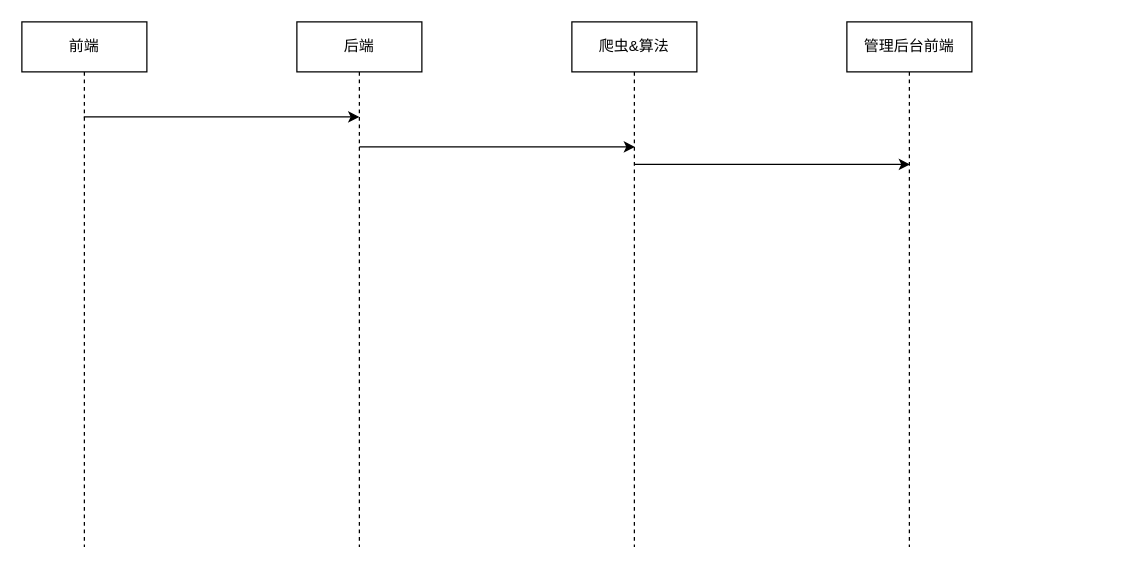
Earlier version of the draw.io diagram page "商户信息管理" (1 of 6) of docs/cloud-service.drawio (caijiatao/go-lib). Source tidied: cells renumbered, new cells numbered last; positions are measured from the earlier drawing's top-left corner, leaving out a move shared by most shapes. Both pictures are drawn from the tidied source at 125%, with x=0, y=0 at pixel (21, 21).
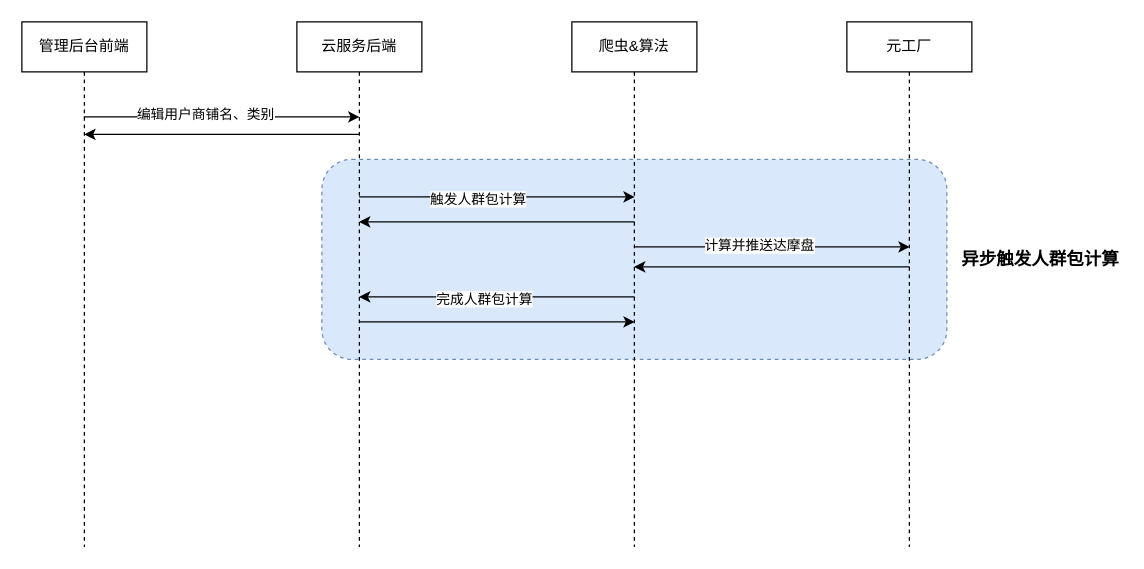
After the change.

Unchanged cells that the change refers to:
```xml
<mxCell id="5" style="endArrow=classic;html=1;rounded=0;" parent="1" edge="1">
  <mxGeometry relative="1" as="geometry">
    <mxPoint x="49.5" y="76" as="sourcePoint" />
    <mxPoint x="270" y="76" as="targetPoint" />
  </mxGeometry>
</mxCell>
```

Change to the diagram source:
```diff
@@
+    <mxCell id="9" style="rounded=1;whiteSpace=wrap;html=1;dashed=1;fillColor=#dae8fc;strokeColor=#6c8ebf;" parent="1" vertex="1">
+      <mxGeometry x="240" y="110" width="500" height="160" as="geometry" />
+    </mxCell>
-    <mxCell id="2" value="前端" style="shape=umlLifeline;perimeter=lifelinePerimeter;whiteSpace=wrap;html=1;newEdgeStyle={&quot;edgeStyle&quot;:&quot;elbowEdgeStyle&quot;,&quot;elbow&quot;:&quot;vertical&quot;,&quot;curved&quot;:0,&quot;rounded&quot;:0};" parent="1" vertex="1">
+    <mxCell id="2" value="管理后台前端" style="shape=umlLifeline;perimeter=lifelinePerimeter;whiteSpace=wrap;html=1;newEdgeStyle={&quot;edgeStyle&quot;:&quot;elbowEdgeStyle&quot;,&quot;elbow&quot;:&quot;vertical&quot;,&quot;curved&quot;:0,&quot;rounded&quot;:0};" parent="1" vertex="1">
       <mxGeometry width="100" height="420" as="geometry" />
     </mxCell>
-    <mxCell id="3" value="后端" style="shape=umlLifeline;perimeter=lifelinePerimeter;whiteSpace=wrap;html=1;newEdgeStyle={&quot;edgeStyle&quot;:&quot;elbowEdgeStyle&quot;,&quot;elbow&quot;:&quot;vertical&quot;,&quot;curved&quot;:0,&quot;rounded&quot;:0};" parent="1" vertex="1">
+    <mxCell id="3" value="云服务后端" style="shape=umlLifeline;perimeter=lifelinePerimeter;whiteSpace=wrap;html=1;newEdgeStyle={&quot;edgeStyle&quot;:&quot;elbowEdgeStyle&quot;,&quot;elbow&quot;:&quot;vertical&quot;,&quot;curved&quot;:0,&quot;rounded&quot;:0};" parent="1" vertex="1">
       <mxGeometry x="220" width="100" height="420" as="geometry" />
     </mxCell>
@@
+    <mxCell id="10" value="编辑用户商铺名、类别" style="edgeLabel;html=1;align=center;verticalAlign=middle;" parent="5" vertex="1">
+      <mxGeometry x="-0.12" y="3" relative="1" as="geometry" />
+    </mxCell>
     <mxCell id="6" style="endArrow=classic;html=1;rounded=0;" parent="1" edge="1">
       <mxGeometry relative="1" as="geometry">
-        <mxPoint x="270" y="100" as="sourcePoint" />
-        <mxPoint x="490.5" y="100" as="targetPoint" />
+        <mxPoint x="269.8" y="140" as="sourcePoint" />
+        <mxPoint x="490.2" y="140" as="targetPoint" />
       </mxGeometry>
     </mxCell>
+    <mxCell id="11" value="触发人群包计算" style="edgeLabel;html=1;align=center;verticalAlign=middle;" parent="6" vertex="1">
+      <mxGeometry x="-0.14" y="-1" relative="1" as="geometry" />
+    </mxCell>
     <mxCell id="7" style="endArrow=classic;html=1;rounded=0;" parent="1" edge="1">
       <mxGeometry relative="1" as="geometry">
-        <mxPoint x="490" y="114" as="sourcePoint" />
-        <mxPoint x="710.5" y="114" as="targetPoint" />
+        <mxPoint x="489.8" y="180" as="sourcePoint" />
+        <mxPoint x="710.2" y="180" as="targetPoint" />
       </mxGeometry>
     </mxCell>
+    <mxCell id="12" value="计算并推送达摩盘" style="edgeLabel;html=1;align=center;verticalAlign=middle;" parent="7" vertex="1">
+      <mxGeometry x="-0.32" y="2" relative="1" as="geometry">
+        <mxPoint x="25" as="offset" />
+      </mxGeometry>
+    </mxCell>
-    <mxCell id="8" value="管理后台前端" style="shape=umlLifeline;perimeter=lifelinePerimeter;whiteSpace=wrap;html=1;newEdgeStyle={&quot;edgeStyle&quot;:&quot;elbowEdgeStyle&quot;,&quot;elbow&quot;:&quot;vertical&quot;,&quot;curved&quot;:0,&quot;rounded&quot;:0};" parent="1" vertex="1">
+    <mxCell id="8" value="元工厂" style="shape=umlLifeline;perimeter=lifelinePerimeter;whiteSpace=wrap;html=1;newEdgeStyle={&quot;edgeStyle&quot;:&quot;elbowEdgeStyle&quot;,&quot;elbow&quot;:&quot;vertical&quot;,&quot;curved&quot;:0,&quot;rounded&quot;:0};" parent="1" vertex="1">
       <mxGeometry x="660" width="100" height="420" as="geometry" />
     </mxCell>
+    <mxCell id="13" style="endArrow=classic;html=1;rounded=0;" parent="1" edge="1">
+      <mxGeometry relative="1" as="geometry">
+        <mxPoint x="710.2" y="196" as="sourcePoint" />
+        <mxPoint x="489.8" y="196" as="targetPoint" />
+      </mxGeometry>
+    </mxCell>
+    <mxCell id="14" style="endArrow=classic;html=1;rounded=0;" parent="1" edge="1">
+      <mxGeometry relative="1" as="geometry">
+        <mxPoint x="490.2" y="160" as="sourcePoint" />
+        <mxPoint x="269.8" y="160" as="targetPoint" />
+      </mxGeometry>
+    </mxCell>
+    <mxCell id="15" style="endArrow=classic;html=1;rounded=0;" parent="1" edge="1">
+      <mxGeometry relative="1" as="geometry">
+        <mxPoint x="490.2" y="220" as="sourcePoint" />
+        <mxPoint x="269.8" y="220" as="targetPoint" />
+      </mxGeometry>
+    </mxCell>
+    <mxCell id="16" value="完成人群包计算" style="edgeLabel;html=1;align=center;verticalAlign=middle;" parent="15" vertex="1">
+      <mxGeometry x="0.1" y="1" relative="1" as="geometry" />
+    </mxCell>
+    <mxCell id="17" style="endArrow=classic;html=1;rounded=0;" parent="1" edge="1">
+      <mxGeometry relative="1" as="geometry">
+        <mxPoint x="269.8" y="240" as="sourcePoint" />
+        <mxPoint x="490.2" y="240" as="targetPoint" />
+      </mxGeometry>
+    </mxCell>
+    <mxCell id="18" style="endArrow=classic;html=1;rounded=0;" parent="1" edge="1">
+      <mxGeometry relative="1" as="geometry">
+        <mxPoint x="270.5" y="90" as="sourcePoint" />
+        <mxPoint x="50" y="90" as="targetPoint" />
+      </mxGeometry>
+    </mxCell>
+    <mxCell id="19" value="&lt;b&gt;异步触发人群包计算&lt;/b&gt;" style="text;html=1;strokeColor=none;fillColor=none;align=center;verticalAlign=middle;whiteSpace=wrap;rounded=0;fontSize=14;" parent="1" vertex="1">
+      <mxGeometry x="750" y="175" width="130" height="30" as="geometry" />
+    </mxCell>
```
